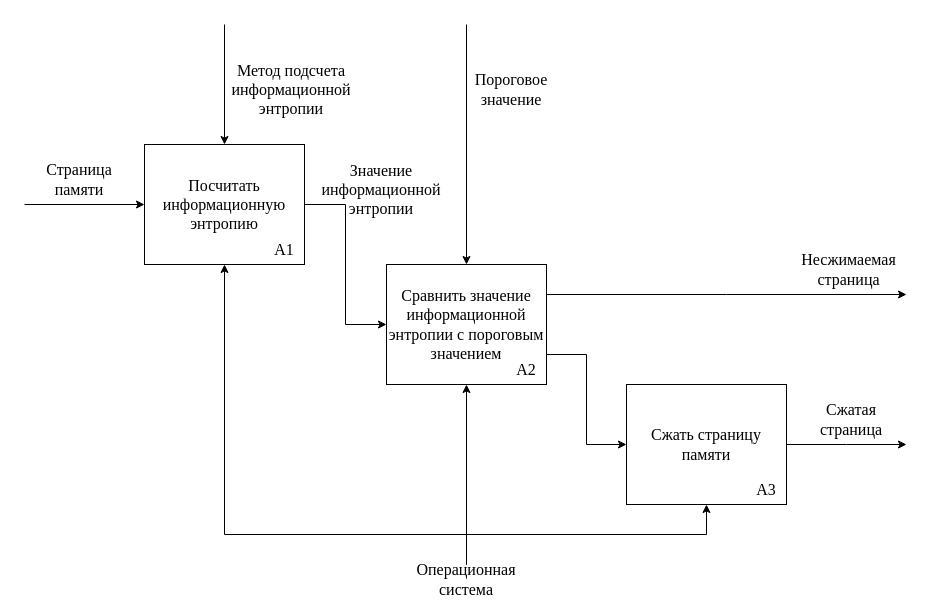
hamzreg/bmstu-diploma keeps this draw.io diagram as docs/diploma/schemes/first-level.drawio. Above is the earlier version. Source tidied: cells renumbered, new cells numbered last; positions are measured from the earlier drawing's top-left corner, leaving out a move shared by most shapes. Both pictures are drawn from the tidied source at 100%, with x=0, y=0 at pixel (24, 24).
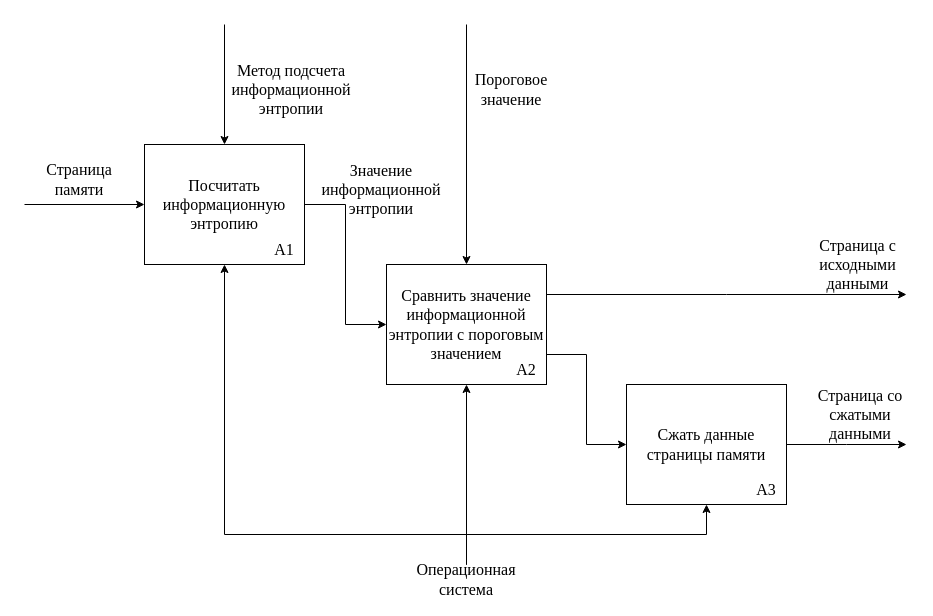
After the change.

What changed in the source:
```diff
@@
-    <mxCell id="8" value="Cжатая страница" style="text;html=1;strokeColor=none;fillColor=none;align=center;verticalAlign=middle;whiteSpace=wrap;rounded=0;fontFamily=Times New Roman;fontSize=16;" parent="1" vertex="1">
-      <mxGeometry x="772" y="380" width="110" height="30" as="geometry" />
+    <mxCell id="8" value="Страница со сжатыми данными" style="text;html=1;strokeColor=none;fillColor=none;align=center;verticalAlign=middle;whiteSpace=wrap;rounded=0;fontFamily=Times New Roman;fontSize=16;" parent="1" vertex="1">
+      <mxGeometry x="781" y="375" width="110" height="30" as="geometry" />
     </mxCell>
-    <mxCell id="9" value="Несжимаемая страница" style="text;html=1;strokeColor=none;fillColor=none;align=center;verticalAlign=middle;whiteSpace=wrap;rounded=0;fontFamily=Times New Roman;fontSize=16;" parent="1" vertex="1">
-      <mxGeometry x="767" y="230" width="115" height="30" as="geometry" />
+    <mxCell id="9" value="Страница с исходными данными" style="text;html=1;strokeColor=none;fillColor=none;align=center;verticalAlign=middle;whiteSpace=wrap;rounded=0;fontFamily=Times New Roman;fontSize=16;" parent="1" vertex="1">
+      <mxGeometry x="776" y="225" width="115" height="30" as="geometry" />
     </mxCell>
@@
-    <mxCell id="21" value="Сжать страницу памяти" style="rounded=0;whiteSpace=wrap;html=1;fontFamily=Times New Roman;fontSize=16;" parent="1" vertex="1">
+    <mxCell id="21" value="Сжать данные страницы памяти" style="rounded=0;whiteSpace=wrap;html=1;fontFamily=Times New Roman;fontSize=16;" parent="1" vertex="1">
       <mxGeometry x="602" y="360" width="160" height="120" as="geometry" />
     </mxCell>
```
